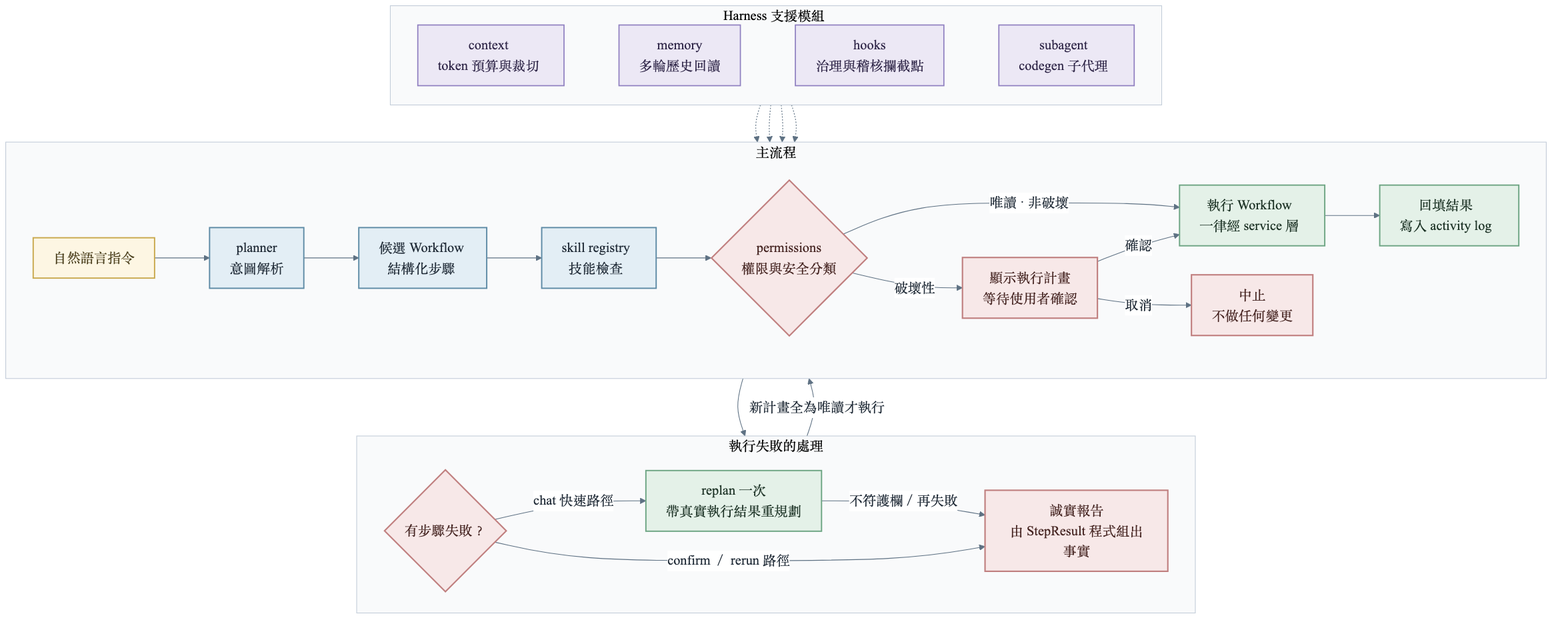
billwu101/CloudDrive keeps this Mermaid diagram as doc/ppt/05-chat.png. Above is the earlier version. Its source is kept beside it as doc/ppt/src/05-chat.mmd.
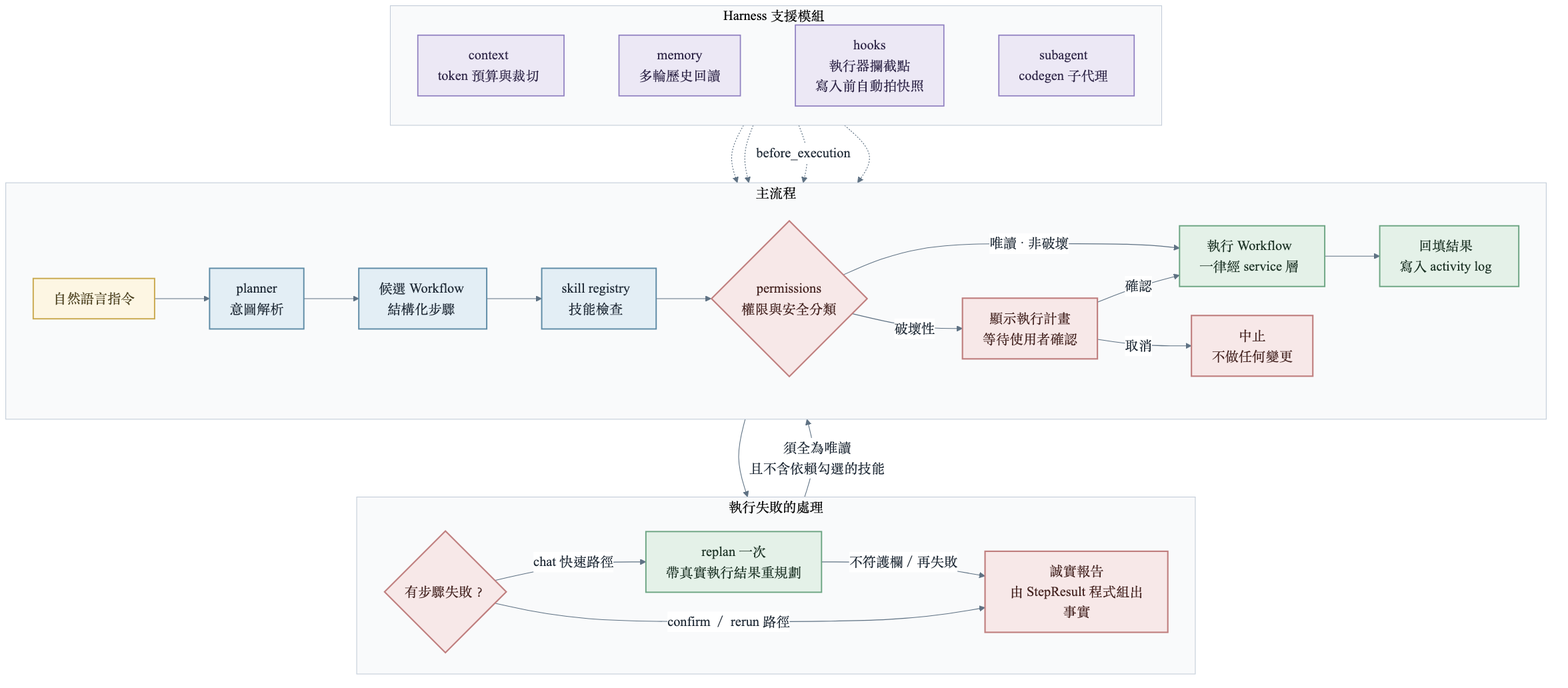
Later version of the same file.

Commit message:
docs(ppt): 修正兩處文字裁切並校正 hooks 觸發點

The edit, as a diff of the source:
```diff
@@ -18,7 +18,7 @@
     R["replan 一次<br/>帶真實執行結果重規劃"]
     H["誠實報告<br/>由 StepResult 程式組出事實"]
     F2 -->|"chat 快速路徑"| R
-    R -->|"新計畫全為唯讀才執行"| F
+    R -->|"須全為唯讀<br/>且不含依賴勾選的技能"| F
     R -->|"不符護欄／再失敗"| H
     F2 -->|"confirm ／ rerun 路徑"| H
   end
@@ -26,14 +26,14 @@
     direction LR
     CTX["context<br/>token 預算與裁切"]
     MEM["memory<br/>多輪歷史回讀"]
-    HK["hooks<br/>治理與稽核攔截點"]
+    HK["hooks<br/>執行器攔截點<br/>寫入前自動拍快照"]
     SA["subagent<br/>codegen 子代理"]
     CTX ~~~ MEM ~~~ HK ~~~ SA
   end
   F --> F2
   CTX -.-> B
   MEM -.-> B
-  HK -.-> E
+  HK -.->|"before_execution"| F
   SA -.-> D
   classDef inp fill:#fdf6e3,stroke:#c9a94e,stroke-width:1.8px,color:#4a3f1d
   classDef proc fill:#e3eef5,stroke:#5e8ba6,stroke-width:1.8px,color:#1f2a36
```
